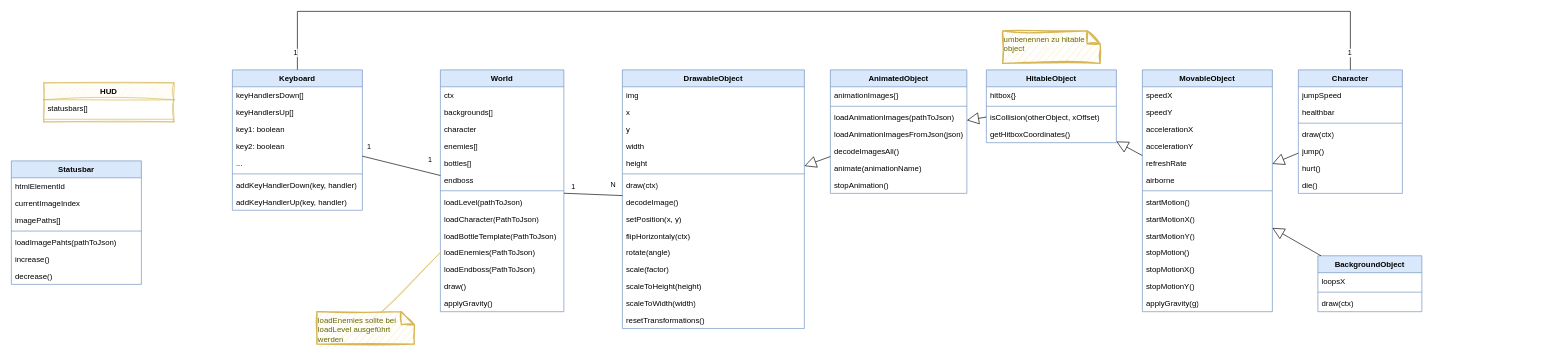
This is uml/classDiagram.drawio from ReinhardWansch/ElPolloLoco, a draw.io file, before an edit. Source tidied: cells renumbered, new cells numbered last; positions are measured from the earlier drawing's top-left corner, leaving out a move shared by most shapes. Both pictures are drawn from the tidied source at 65%, with x=0, y=0 at pixel (11, 11).
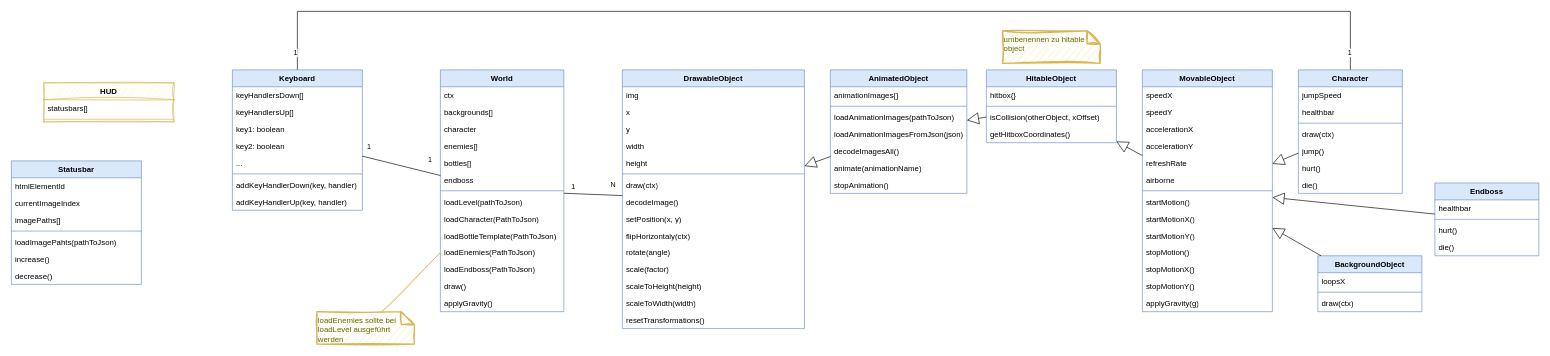
Above is the later version.

Unchanged cells that the change refers to:
```xml
<mxCell id="27" value="MovableObject" style="swimlane;fontStyle=1;align=center;verticalAlign=top;horizontal=1;startSize=26;whiteSpace=wrap;html=1;fillColor=#dae8fc;strokeColor=#6c8ebf;" parent="1" vertex="1">
  <mxGeometry x="1740" y="90" width="200" height="372" as="geometry" />
</mxCell>
```

Change to the diagram source:
```diff
@@
+    <mxCell id="110" value="Endboss" style="swimlane;fontStyle=1;align=center;verticalAlign=top;horizontal=1;startSize=26;whiteSpace=wrap;html=1;fillColor=#dae8fc;strokeColor=#6c8ebf;" parent="1" vertex="1">
+      <mxGeometry x="2190" y="264" width="160" height="112" as="geometry" />
+    </mxCell>
+    <mxCell id="111" value="healthbar" style="text;strokeColor=none;fillColor=none;align=left;verticalAlign=top;spacingLeft=4;spacingRight=4;overflow=hidden;whiteSpace=wrap;html=1;" parent="110" vertex="1">
+      <mxGeometry y="26" width="160" height="26" as="geometry" />
+    </mxCell>
+    <mxCell id="112" style="line;strokeWidth=1;fillColor=none;align=left;verticalAlign=middle;spacingTop=-1;spacingLeft=3;spacingRight=3;labelPosition=right;strokeColor=inherit;" parent="110" vertex="1">
+      <mxGeometry y="52" width="160" height="8" as="geometry" />
+    </mxCell>
+    <mxCell id="113" value="hurt()" style="text;strokeColor=none;fillColor=none;align=left;verticalAlign=top;spacingLeft=4;spacingRight=4;overflow=hidden;whiteSpace=wrap;html=1;" parent="110" vertex="1">
+      <mxGeometry y="60" width="160" height="26" as="geometry" />
+    </mxCell>
+    <mxCell id="114" value="die()" style="text;strokeColor=none;fillColor=none;align=left;verticalAlign=top;spacingLeft=4;spacingRight=4;overflow=hidden;whiteSpace=wrap;html=1;" parent="110" vertex="1">
+      <mxGeometry y="86" width="160" height="26" as="geometry" />
+    </mxCell>
+    <mxCell id="115" style="endArrow=block;endSize=16;endFill=0;html=1;rounded=0;" parent="1" edge="1" source="110" target="27">
+      <mxGeometry relative="1" as="geometry" />
+    </mxCell>
```
